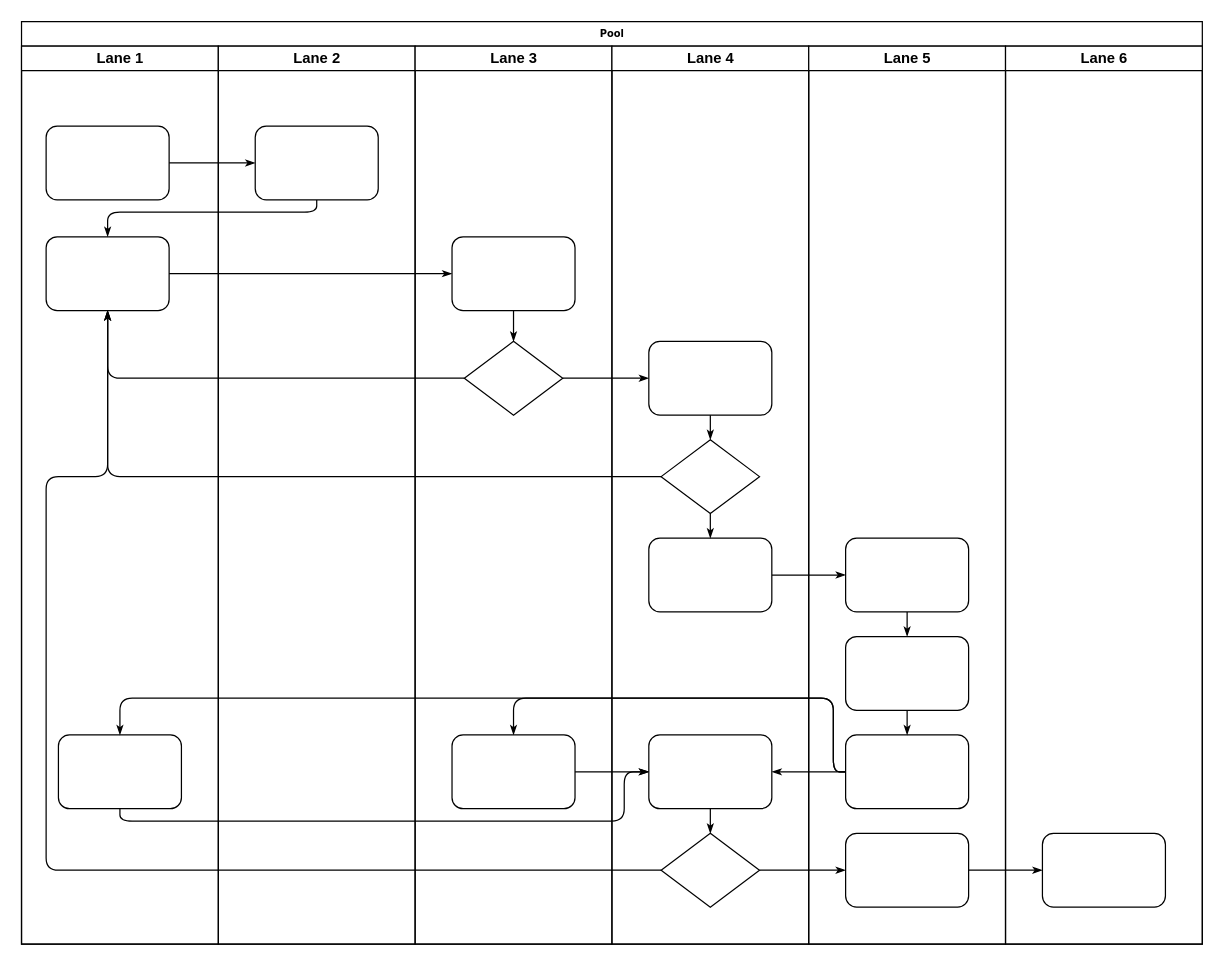
Above: Untitled Diagram.drawio in mckeelab/cancerflow (draw.io), before the change. Source tidied: cells renumbered, new cells numbered last; positions are measured from the earlier drawing's top-left corner, leaving out a move shared by most shapes. Both pictures are drawn from the tidied source at 123%, with x=0, y=0 at pixel (21, 21).
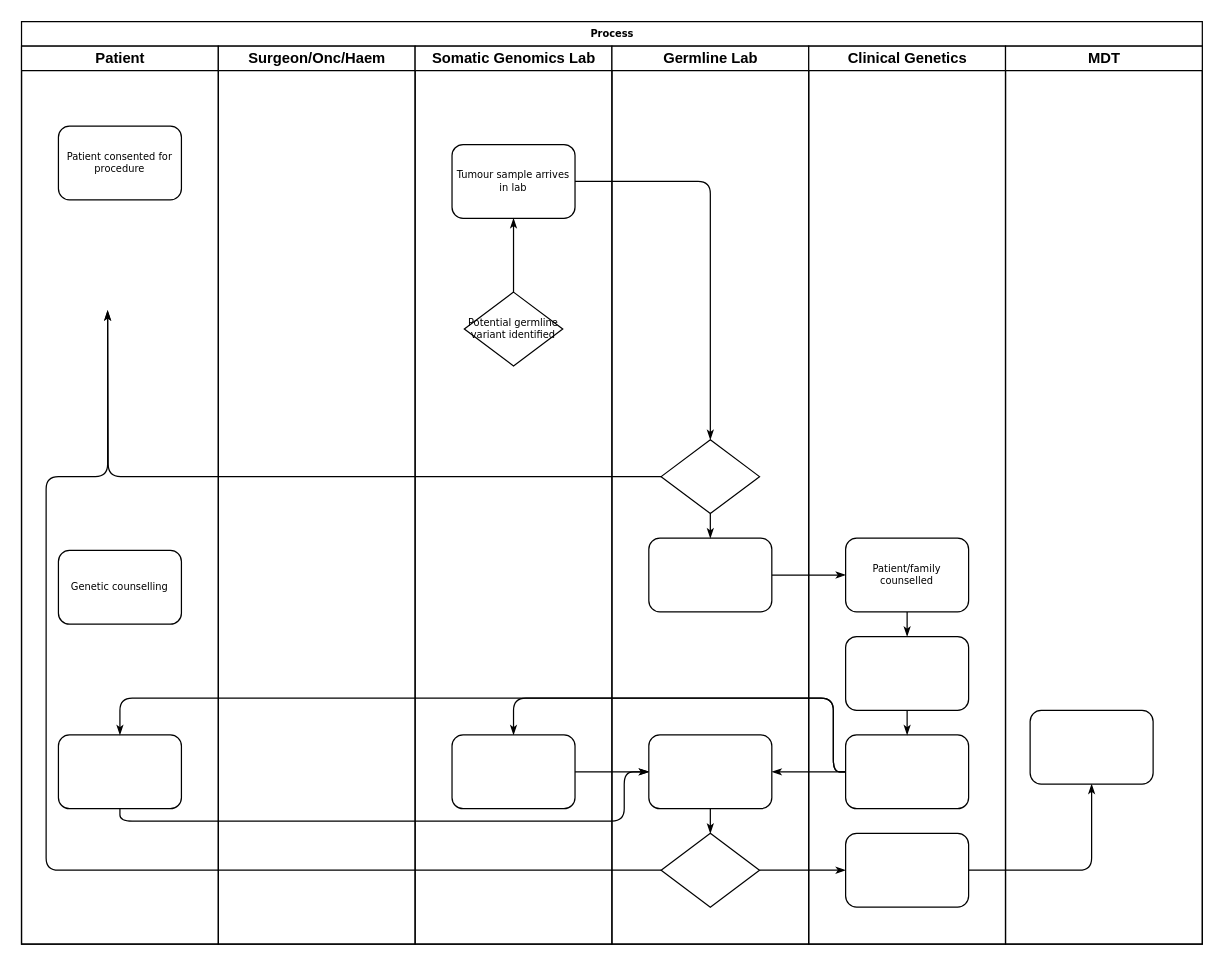
After the change.

Unchanged cells that the change refers to:
```xml
<mxCell id="31" style="rhombus;whiteSpace=wrap;html=1;rounded=0;shadow=0;labelBackgroundColor=none;strokeWidth=1;fontFamily=Verdana;fontSize=8;align=center;" parent="29" vertex="1">
  <mxGeometry x="40" y="320" width="80" height="60" as="geometry" />
</mxCell>
<mxCell id="34" style="rhombus;whiteSpace=wrap;html=1;rounded=0;shadow=0;labelBackgroundColor=none;strokeWidth=1;fontFamily=Verdana;fontSize=8;align=center;" parent="29" vertex="1">
  <mxGeometry x="40" y="640" width="80" height="60" as="geometry" />
</mxCell>
```

The edit, as a diff of the source:
```diff
@@
-    <mxCell id="2" value="Pool" style="swimlane;html=1;startSize=20;rounded=0;shadow=0;labelBackgroundColor=none;strokeWidth=1;fontFamily=Verdana;fontSize=8;align=center;" parent="1" vertex="1">
+    <mxCell id="2" value="Process" style="swimlane;html=1;startSize=20;rounded=0;shadow=0;labelBackgroundColor=none;strokeWidth=1;fontFamily=Verdana;fontSize=8;align=center;" parent="1" vertex="1">
       <mxGeometry width="960" height="750" as="geometry" />
     </mxCell>
-    <mxCell id="3" value="Lane 1" style="swimlane;html=1;startSize=20;" parent="2" vertex="1">
+    <mxCell id="3" value="Patient" style="swimlane;html=1;startSize=20;" parent="2" vertex="1">
       <mxGeometry y="20" width="160" height="730" as="geometry" />
     </mxCell>
-    <mxCell id="4" style="rounded=1;whiteSpace=wrap;html=1;shadow=0;labelBackgroundColor=none;strokeWidth=1;fontFamily=Verdana;fontSize=8;align=center;" parent="3" vertex="1">
-      <mxGeometry x="20" y="65" width="100" height="60" as="geometry" />
+    <mxCell id="4" value="Patient consented for procedure" style="rounded=1;whiteSpace=wrap;html=1;shadow=0;labelBackgroundColor=none;strokeWidth=1;fontFamily=Verdana;fontSize=8;align=center;" parent="3" vertex="1">
+      <mxGeometry x="30" y="65" width="100" height="60" as="geometry" />
     </mxCell>
-    <mxCell id="5" style="rounded=1;whiteSpace=wrap;html=1;shadow=0;labelBackgroundColor=none;strokeWidth=1;fontFamily=Verdana;fontSize=8;align=center;" parent="3" vertex="1">
-      <mxGeometry x="20" y="155" width="100" height="60" as="geometry" />
-    </mxCell>
@@
-    <mxCell id="7" style="edgeStyle=orthogonalEdgeStyle;rounded=1;html=1;labelBackgroundColor=none;startArrow=none;startFill=0;startSize=5;endArrow=classicThin;endFill=1;endSize=5;jettySize=auto;strokeWidth=1;fontFamily=Verdana;fontSize=8;" parent="2" edge="1" source="4" target="23">
-      <mxGeometry relative="1" as="geometry" />
-    </mxCell>
-    <mxCell id="8" style="edgeStyle=orthogonalEdgeStyle;rounded=1;html=1;labelBackgroundColor=none;startArrow=none;startFill=0;startSize=5;endArrow=classicThin;endFill=1;endSize=5;jettySize=auto;strokeWidth=1;fontFamily=Verdana;fontSize=8;" parent="2" edge="1" source="23" target="5">
-      <mxGeometry relative="1" as="geometry">
-        <Array as="points">
-          <mxPoint x="240" y="155" />
-          <mxPoint x="70" y="155" />
-        </Array>
-      </mxGeometry>
-    </mxCell>
-    <mxCell id="9" style="edgeStyle=orthogonalEdgeStyle;rounded=1;html=1;labelBackgroundColor=none;startArrow=none;startFill=0;startSize=5;endArrow=classicThin;endFill=1;endSize=5;jettySize=auto;strokeWidth=1;fontFamily=Verdana;fontSize=8;" parent="2" edge="1" source="5" target="25">
-      <mxGeometry relative="1" as="geometry" />
-    </mxCell>
-    <mxCell id="10" style="edgeStyle=orthogonalEdgeStyle;rounded=1;html=1;labelBackgroundColor=none;startArrow=none;startFill=0;startSize=5;endArrow=classicThin;endFill=1;endSize=5;jettySize=auto;strokeWidth=1;fontFamily=Verdana;fontSize=8;" parent="2" edge="1" source="26" target="5">
-      <mxGeometry relative="1" as="geometry" />
-    </mxCell>
+    <mxCell id="47" value="Genetic counselling" style="rounded=1;whiteSpace=wrap;html=1;shadow=0;labelBackgroundColor=none;strokeWidth=1;fontFamily=Verdana;fontSize=8;align=center;" parent="3" vertex="1">
+      <mxGeometry x="30" y="410" width="100" height="60" as="geometry" />
+    </mxCell>
-    <mxCell id="11" style="edgeStyle=orthogonalEdgeStyle;rounded=1;html=1;labelBackgroundColor=none;startArrow=none;startFill=0;startSize=5;endArrow=classicThin;endFill=1;endSize=5;jettySize=auto;strokeWidth=1;fontFamily=Verdana;fontSize=8;" parent="2" edge="1" source="31" target="5">
-      <mxGeometry relative="1" as="geometry" />
+    <mxCell id="11" style="edgeStyle=orthogonalEdgeStyle;rounded=1;html=1;labelBackgroundColor=none;startArrow=none;startFill=0;startSize=5;endArrow=classicThin;endFill=1;endSize=5;jettySize=auto;strokeWidth=1;fontFamily=Verdana;fontSize=8;" parent="2" edge="1" source="31">
+      <mxGeometry relative="1" as="geometry">
+        <mxPoint x="70" y="235" as="targetPoint" />
+      </mxGeometry>
     </mxCell>
-    <mxCell id="12" style="edgeStyle=orthogonalEdgeStyle;rounded=1;html=1;labelBackgroundColor=none;startArrow=none;startFill=0;startSize=5;endArrow=classicThin;endFill=1;endSize=5;jettySize=auto;strokeWidth=1;fontFamily=Verdana;fontSize=8;" parent="2" edge="1" source="34" target="5">
+    <mxCell id="12" style="edgeStyle=orthogonalEdgeStyle;rounded=1;html=1;labelBackgroundColor=none;startArrow=none;startFill=0;startSize=5;endArrow=classicThin;endFill=1;endSize=5;jettySize=auto;strokeWidth=1;fontFamily=Verdana;fontSize=8;" parent="2" edge="1" source="34">
       <mxGeometry relative="1" as="geometry">
+        <mxPoint x="70" y="235" as="targetPoint" />
         <Array as="points">
           <mxPoint x="20" y="690" />
           <mxPoint x="20" y="370" />
           <mxPoint x="70" y="370" />
         </Array>
       </mxGeometry>
     </mxCell>
-    <mxCell id="13" style="edgeStyle=orthogonalEdgeStyle;rounded=1;html=1;labelBackgroundColor=none;startArrow=none;startFill=0;startSize=5;endArrow=classicThin;endFill=1;endSize=5;jettySize=auto;strokeWidth=1;fontFamily=Verdana;fontSize=8;" parent="2" edge="1" source="26" target="30">
-      <mxGeometry relative="1" as="geometry" />
-    </mxCell>
@@
-    <mxCell id="22" value="Lane 2" style="swimlane;html=1;startSize=20;" parent="2" vertex="1">
+    <mxCell id="22" value="Surgeon/Onc/Haem" style="swimlane;html=1;startSize=20;" parent="2" vertex="1">
       <mxGeometry x="160" y="20" width="160" height="730" as="geometry" />
     </mxCell>
-    <mxCell id="23" style="rounded=1;whiteSpace=wrap;html=1;shadow=0;labelBackgroundColor=none;strokeWidth=1;fontFamily=Verdana;fontSize=8;align=center;" parent="22" vertex="1">
-      <mxGeometry x="30" y="65" width="100" height="60" as="geometry" />
-    </mxCell>
-    <mxCell id="24" value="Lane 3" style="swimlane;html=1;startSize=20;" parent="2" vertex="1">
+    <mxCell id="24" value="Somatic Genomics Lab" style="swimlane;html=1;startSize=20;" parent="2" vertex="1">
       <mxGeometry x="320" y="20" width="160" height="730" as="geometry" />
     </mxCell>
-    <mxCell id="25" style="rounded=1;whiteSpace=wrap;html=1;shadow=0;labelBackgroundColor=none;strokeWidth=1;fontFamily=Verdana;fontSize=8;align=center;" parent="24" vertex="1">
-      <mxGeometry x="30" y="155" width="100" height="60" as="geometry" />
-    </mxCell>
-    <mxCell id="26" style="rhombus;whiteSpace=wrap;html=1;rounded=0;shadow=0;labelBackgroundColor=none;strokeWidth=1;fontFamily=Verdana;fontSize=8;align=center;" parent="24" vertex="1">
-      <mxGeometry x="40" y="240" width="80" height="60" as="geometry" />
-    </mxCell>
@@
-    <mxCell id="28" style="edgeStyle=orthogonalEdgeStyle;rounded=1;html=1;labelBackgroundColor=none;startArrow=none;startFill=0;startSize=5;endArrow=classicThin;endFill=1;endSize=5;jettySize=auto;strokeWidth=1;fontFamily=Verdana;fontSize=8;" parent="24" edge="1" source="25" target="26">
-      <mxGeometry relative="1" as="geometry" />
+    <mxCell id="28" style="edgeStyle=orthogonalEdgeStyle;rounded=1;html=1;labelBackgroundColor=none;startArrow=none;startFill=0;startSize=5;endArrow=classicThin;endFill=1;endSize=5;jettySize=auto;strokeWidth=1;fontFamily=Verdana;fontSize=8;" parent="24" edge="1" target="26">
+      <mxGeometry relative="1" as="geometry">
+        <mxPoint x="80" y="215" as="sourcePoint" />
+      </mxGeometry>
     </mxCell>
+    <mxCell id="30" value="Tumour sample arrives in lab" style="rounded=1;whiteSpace=wrap;html=1;shadow=0;labelBackgroundColor=none;strokeWidth=1;fontFamily=Verdana;fontSize=8;align=center;" parent="24" vertex="1">
+      <mxGeometry x="30" y="80" width="100" height="60" as="geometry" />
+    </mxCell>
+    <mxCell id="26" value="Potential germline variant identified" style="rhombus;whiteSpace=wrap;html=1;rounded=0;shadow=0;labelBackgroundColor=none;strokeWidth=1;fontFamily=Verdana;fontSize=8;align=center;" parent="24" vertex="1">
+      <mxGeometry x="40" y="200" width="80" height="60" as="geometry" />
+    </mxCell>
+    <mxCell id="13" style="edgeStyle=orthogonalEdgeStyle;rounded=1;html=1;labelBackgroundColor=none;startArrow=none;startFill=0;startSize=5;endArrow=classicThin;endFill=1;endSize=5;jettySize=auto;strokeWidth=1;fontFamily=Verdana;fontSize=8;" parent="24" edge="1" source="26" target="30">
+      <mxGeometry relative="1" as="geometry" />
+    </mxCell>
-    <mxCell id="29" value="Lane 4" style="swimlane;html=1;startSize=20;" parent="2" vertex="1">
+    <mxCell id="29" value="Germline Lab" style="swimlane;html=1;startSize=20;" parent="2" vertex="1">
       <mxGeometry x="480" y="20" width="160" height="730" as="geometry" />
     </mxCell>
-    <mxCell id="30" style="rounded=1;whiteSpace=wrap;html=1;shadow=0;labelBackgroundColor=none;strokeWidth=1;fontFamily=Verdana;fontSize=8;align=center;" parent="29" vertex="1">
-      <mxGeometry x="30" y="240" width="100" height="60" as="geometry" />
-    </mxCell>
@@
-    <mxCell id="35" style="edgeStyle=orthogonalEdgeStyle;rounded=1;html=1;labelBackgroundColor=none;startArrow=none;startFill=0;startSize=5;endArrow=classicThin;endFill=1;endSize=5;jettySize=auto;strokeColor=#000000;strokeWidth=1;fontFamily=Verdana;fontSize=8;fontColor=#000000;" parent="29" edge="1" source="30" target="31">
-      <mxGeometry relative="1" as="geometry" />
-    </mxCell>
@@
-    <mxCell id="38" value="Lane 5" style="swimlane;html=1;startSize=20;" parent="2" vertex="1">
+    <mxCell id="38" value="Clinical Genetics" style="swimlane;html=1;startSize=20;" parent="2" vertex="1">
       <mxGeometry x="640" y="20" width="160" height="730" as="geometry" />
     </mxCell>
-    <mxCell id="39" style="rounded=1;whiteSpace=wrap;html=1;shadow=0;labelBackgroundColor=none;strokeWidth=1;fontFamily=Verdana;fontSize=8;align=center;" parent="38" vertex="1">
+    <mxCell id="39" value="Patient/family counselled" style="rounded=1;whiteSpace=wrap;html=1;shadow=0;labelBackgroundColor=none;strokeWidth=1;fontFamily=Verdana;fontSize=8;align=center;" parent="38" vertex="1">
       <mxGeometry x="30" y="400" width="100" height="60" as="geometry" />
     </mxCell>
@@
-    <mxCell id="45" value="Lane 6" style="swimlane;html=1;startSize=20;" parent="2" vertex="1">
+    <mxCell id="45" value="MDT" style="swimlane;html=1;startSize=20;" parent="2" vertex="1">
       <mxGeometry x="800" y="20" width="160" height="730" as="geometry" />
     </mxCell>
     <mxCell id="46" style="rounded=1;whiteSpace=wrap;html=1;shadow=0;labelBackgroundColor=none;strokeWidth=1;fontFamily=Verdana;fontSize=8;align=center;" parent="45" vertex="1">
-      <mxGeometry x="30" y="640" width="100" height="60" as="geometry" />
+      <mxGeometry x="20" y="540" width="100" height="60" as="geometry" />
     </mxCell>
+    <mxCell id="35" style="edgeStyle=orthogonalEdgeStyle;rounded=1;html=1;labelBackgroundColor=none;startArrow=none;startFill=0;startSize=5;endArrow=classicThin;endFill=1;endSize=5;jettySize=auto;strokeColor=#000000;strokeWidth=1;fontFamily=Verdana;fontSize=8;fontColor=#000000;" parent="2" edge="1" source="30" target="31">
+      <mxGeometry relative="1" as="geometry" />
+    </mxCell>
```
